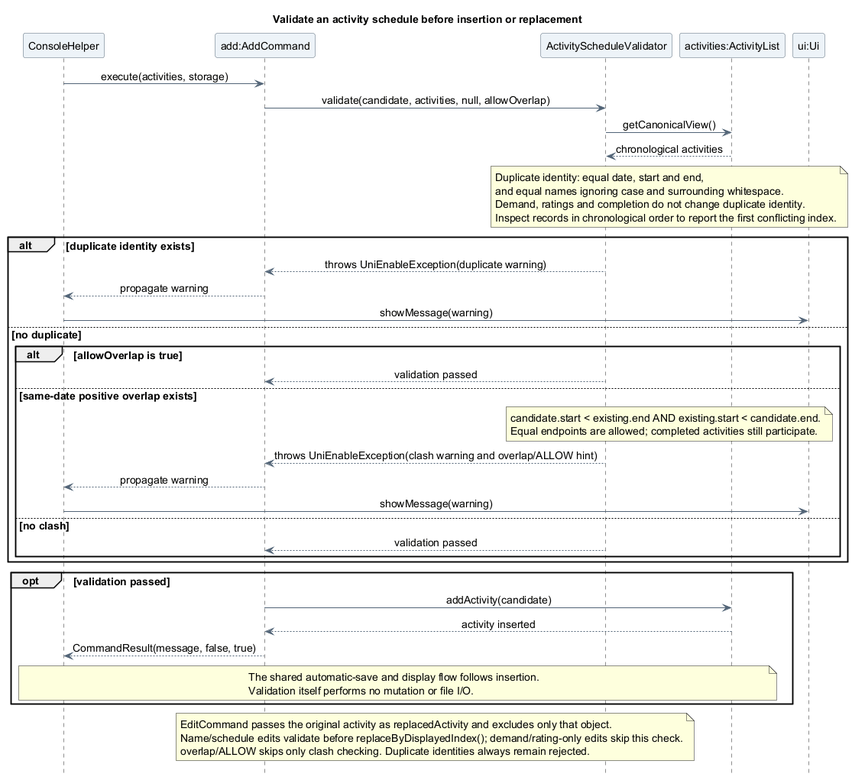
Above: docs/images/atharva/sequence/ActivityScheduleValidationSequence.png in AY2627S1-CS2113-T10-4/tp (PlantUML), before the change.
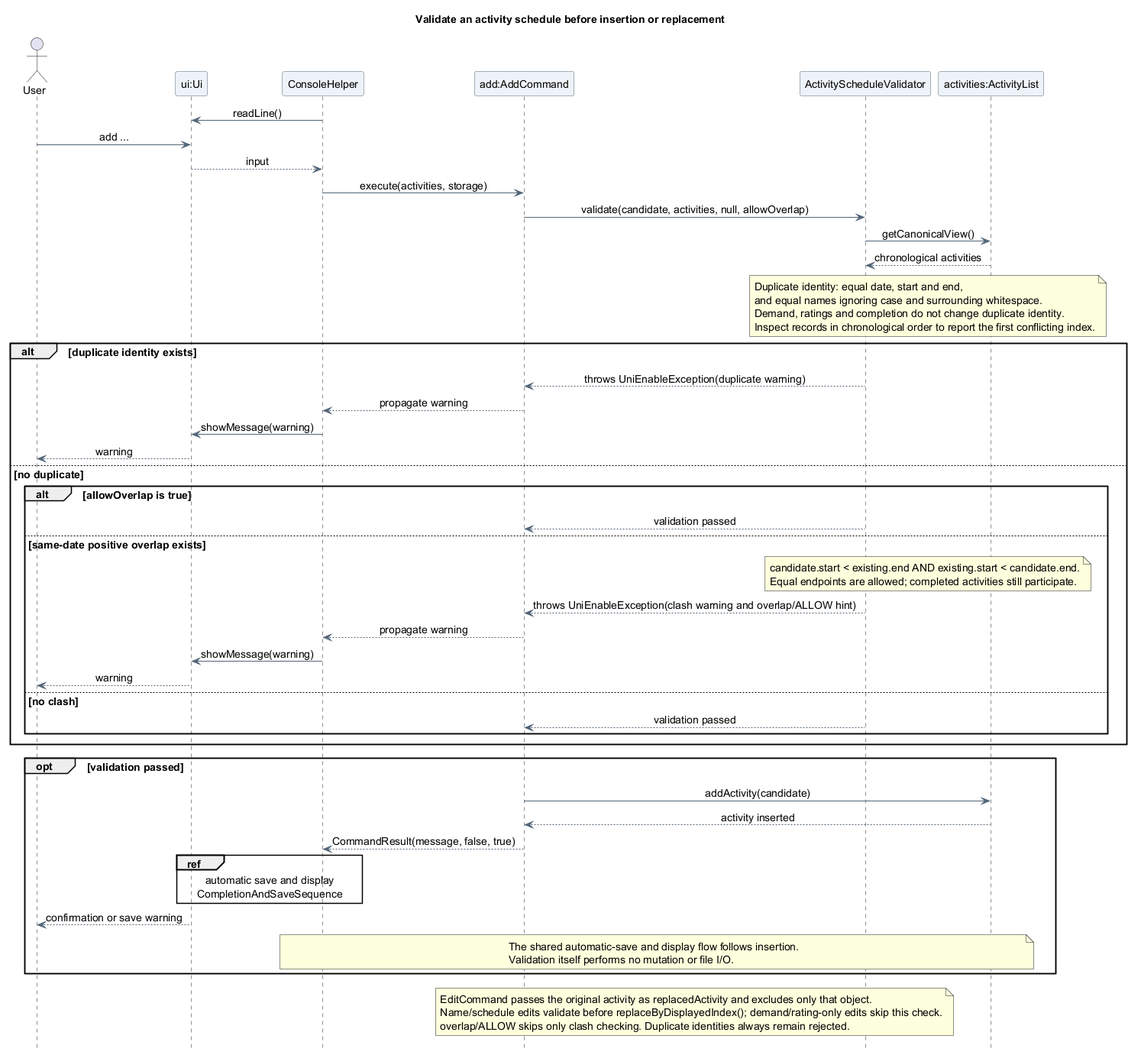
After the commit.

Change to the diagram source:
```diff
@@ -10,11 +10,16 @@
 skinparam sequenceMessageAlign center
 hide footbox
 
+actor "User" as User
+participant "ui:Ui" as UI
 participant ConsoleHelper as Console
 participant "add:AddCommand" as Add
 participant ActivityScheduleValidator as Validator
 participant "activities:ActivityList" as Activities
-participant "ui:Ui" as UI
+
+Console -> UI : readLine()
+User -> UI : add ...
+UI --> Console : input
 
 Console -> Add : execute(activities, storage)
 Add -> Validator : validate(candidate, activities, null, allowOverlap)
@@ -31,6 +36,7 @@
   Validator --> Add : throws UniEnableException(duplicate warning)
   Add --> Console : propagate warning
   Console -> UI : showMessage(warning)
+  UI --> User : warning
 else no duplicate
   alt allowOverlap is true
     Validator --> Add : validation passed
@@ -42,6 +48,7 @@
     Validator --> Add : throws UniEnableException(clash warning and overlap/ALLOW hint)
     Add --> Console : propagate warning
     Console -> UI : showMessage(warning)
+    UI --> User : warning
   else no clash
     Validator --> Add : validation passed
   end
@@ -51,6 +58,11 @@
   Add -> Activities : addActivity(candidate)
   Activities --> Add : activity inserted
   Add --> Console : CommandResult(message, false, true)
+  ref over Console, UI
+  automatic save and display
+  CompletionAndSaveSequence
+end ref
+  UI --> User : confirmation or save warning
   note over Console, Activities
     The shared automatic-save and display flow follows insertion.
     Validation itself performs no mutation or file I/O.
```
